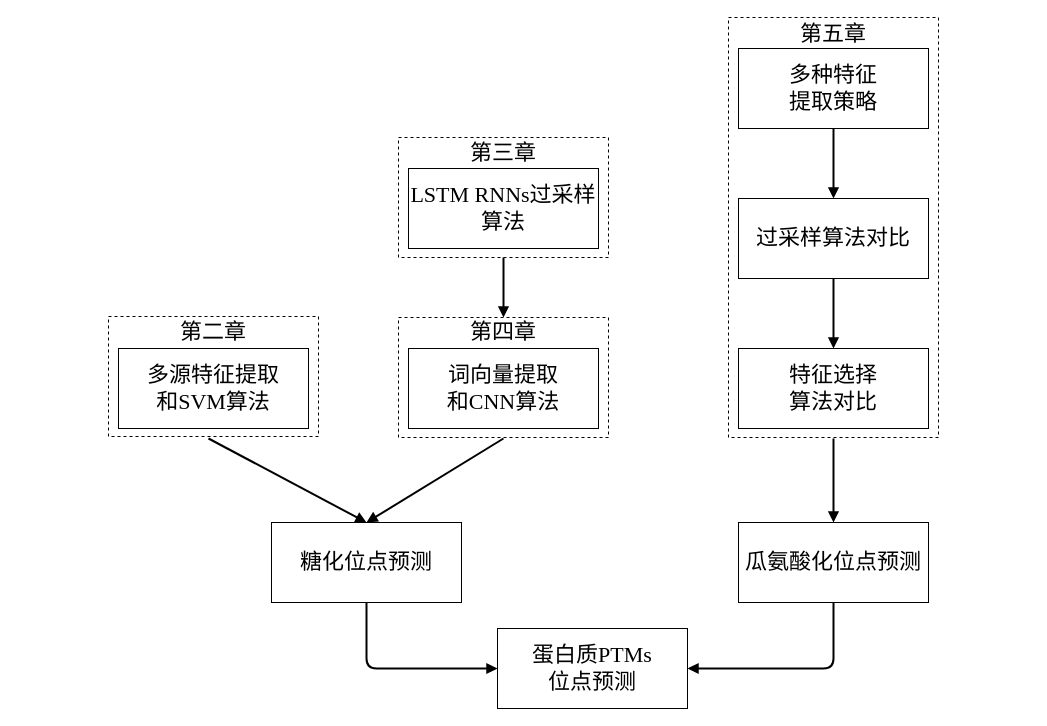
Earlier version of the draw.io diagram page "Page-4" (4 of 4) of Untitled Diagram.drawio (chenjgui/Flow-chat). Source tidied: cells renumbered, new cells numbered last; positions are measured from the earlier drawing's top-left corner, leaving out a move shared by most shapes. Both pictures are drawn from the tidied source at 100%, with x=0, y=0 at pixel (108, 17).
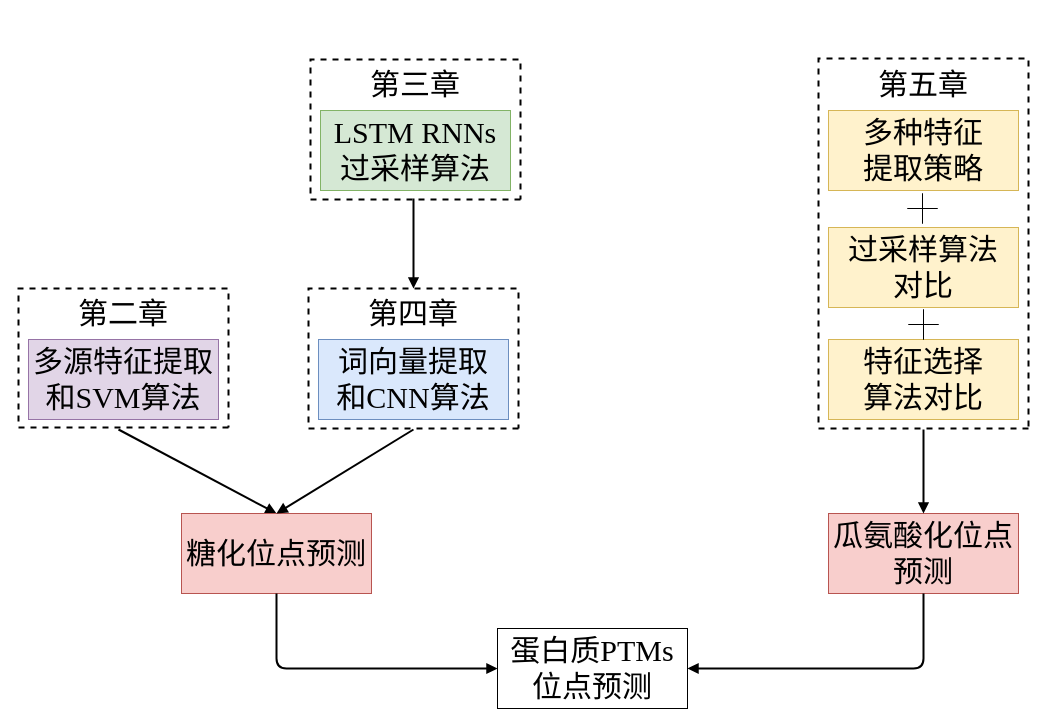
The same diagram, later.

Change to the diagram source:
```diff
@@
-    <mxCell id="2" value="&lt;font style=&quot;font-size: 22px; font-weight: normal;&quot; face=&quot;宋体&quot;&gt;多源特征提取&lt;br style=&quot;font-size: 22px;&quot;&gt;和&lt;/font&gt;&lt;font style=&quot;font-size: 22px; font-weight: normal;&quot; face=&quot;Times New Roman&quot;&gt;SVM&lt;/font&gt;&lt;font style=&quot;font-size: 22px; font-weight: normal;&quot; face=&quot;宋体&quot;&gt;算法&lt;/font&gt;" style="rounded=0;whiteSpace=wrap;html=1;fillColor=none;strokeColor=#000000;strokeWidth=1;fontStyle=1;fontFamily=黑体;fontSize=22;" parent="1" vertex="1">
-      <mxGeometry x="10" y="331" width="190" height="80" as="geometry" />
+    <mxCell id="2" value="&lt;font style=&quot;font-size: 30px ; font-weight: normal&quot;&gt;多源特征提取&lt;br style=&quot;font-size: 30px&quot;&gt;和&lt;/font&gt;&lt;font style=&quot;font-size: 30px ; font-weight: normal&quot; face=&quot;Times New Roman&quot;&gt;SVM&lt;/font&gt;&lt;font style=&quot;font-size: 30px ; font-weight: normal&quot;&gt;算法&lt;/font&gt;" style="rounded=0;whiteSpace=wrap;html=1;fillColor=#e1d5e7;strokeColor=#9673a6;strokeWidth=1;fontStyle=1;fontFamily=宋体;fontSize=30;" parent="1" vertex="1">
+      <mxGeometry x="-80" y="322" width="190" height="80" as="geometry" />
     </mxCell>
-    <mxCell id="3" value="&lt;span style=&quot;font-size: 22px; font-weight: 400;&quot;&gt;&lt;font face=&quot;Times New Roman&quot; style=&quot;font-size: 22px;&quot;&gt;LSTM RNNs&lt;/font&gt;&lt;font face=&quot;宋体&quot; style=&quot;font-size: 22px;&quot;&gt;过采样算法&lt;/font&gt;&lt;/span&gt;" style="rounded=0;whiteSpace=wrap;html=1;fillColor=none;strokeColor=#000000;strokeWidth=1;fontStyle=1;fontFamily=黑体;fontSize=22;" parent="1" vertex="1">
-      <mxGeometry x="300" y="151" width="190" height="80" as="geometry" />
+    <mxCell id="3" value="&lt;span style=&quot;font-size: 30px ; font-weight: 400&quot;&gt;&lt;font style=&quot;font-size: 30px&quot; face=&quot;Times New Roman&quot;&gt;LSTM RNNs&lt;/font&gt;&lt;font style=&quot;font-size: 30px&quot;&gt;过采样算法&lt;/font&gt;&lt;/span&gt;" style="rounded=0;whiteSpace=wrap;html=1;fillColor=#d5e8d4;strokeColor=#82b366;strokeWidth=1;fontStyle=1;fontFamily=宋体;fontSize=30;" parent="1" vertex="1">
+      <mxGeometry x="212" y="93" width="190" height="80" as="geometry" />
     </mxCell>
-    <mxCell id="4" value="&lt;span style=&quot;font-size: 22px; font-weight: 400;&quot;&gt;&lt;font face=&quot;宋体&quot; style=&quot;font-size: 22px;&quot;&gt;词向量提取&lt;br style=&quot;font-size: 22px;&quot;&gt;和&lt;/font&gt;&lt;font face=&quot;Times New Roman&quot; style=&quot;font-size: 22px;&quot;&gt;CNN&lt;/font&gt;&lt;font face=&quot;宋体&quot; style=&quot;font-size: 22px;&quot;&gt;算法&lt;/font&gt;&lt;/span&gt;" style="rounded=0;whiteSpace=wrap;html=1;fillColor=none;strokeColor=#000000;strokeWidth=1;fontStyle=1;fontFamily=黑体;fontSize=22;" parent="1" vertex="1">
-      <mxGeometry x="300" y="331" width="190" height="80" as="geometry" />
+    <mxCell id="4" value="&lt;span style=&quot;font-size: 30px ; font-weight: 400&quot;&gt;&lt;font style=&quot;font-size: 30px&quot;&gt;词向量提取&lt;br style=&quot;font-size: 30px&quot;&gt;和&lt;/font&gt;&lt;font style=&quot;font-size: 30px&quot; face=&quot;Times New Roman&quot;&gt;CNN&lt;/font&gt;&lt;font style=&quot;font-size: 30px&quot;&gt;算法&lt;/font&gt;&lt;/span&gt;" style="rounded=0;whiteSpace=wrap;html=1;fillColor=#dae8fc;strokeColor=#6c8ebf;strokeWidth=1;fontStyle=1;fontFamily=宋体;fontSize=30;" parent="1" vertex="1">
+      <mxGeometry x="210" y="322" width="190" height="80" as="geometry" />
     </mxCell>
-    <mxCell id="5" value="&lt;span style=&quot;font-size: 22px; font-weight: 400;&quot;&gt;&lt;font face=&quot;宋体&quot; style=&quot;font-size: 22px;&quot;&gt;多种特征&lt;br style=&quot;font-size: 22px;&quot;&gt;提取策略&lt;/font&gt;&lt;/span&gt;" style="rounded=0;whiteSpace=wrap;html=1;fillColor=none;strokeColor=#000000;strokeWidth=1;fontStyle=1;fontFamily=黑体;fontSize=22;" parent="1" vertex="1">
-      <mxGeometry x="630" y="31" width="190" height="80" as="geometry" />
+    <mxCell id="5" value="&lt;span style=&quot;font-size: 30px; font-weight: 400;&quot;&gt;&lt;font style=&quot;font-size: 30px;&quot;&gt;多种特征&lt;br style=&quot;font-size: 30px;&quot;&gt;提取策略&lt;/font&gt;&lt;/span&gt;" style="rounded=0;whiteSpace=wrap;html=1;fillColor=#fff2cc;strokeColor=#d6b656;strokeWidth=1;fontStyle=1;fontFamily=宋体;fontSize=30;" parent="1" vertex="1">
+      <mxGeometry x="720" y="93" width="190" height="80" as="geometry" />
     </mxCell>
-    <mxCell id="6" value="&lt;font face=&quot;宋体&quot; style=&quot;font-size: 22px&quot;&gt;&lt;span style=&quot;font-size: 22px ; font-weight: 400&quot;&gt;过采样算法对比&lt;/span&gt;&lt;/font&gt;" style="rounded=0;whiteSpace=wrap;html=1;fillColor=none;strokeColor=#000000;strokeWidth=1;fontStyle=1;fontFamily=黑体;fontSize=22;" parent="1" vertex="1">
-      <mxGeometry x="630" y="181" width="190" height="80" as="geometry" />
+    <mxCell id="6" value="&lt;font style=&quot;font-size: 30px&quot;&gt;&lt;span style=&quot;font-size: 30px ; font-weight: 400&quot;&gt;过采样算法&lt;br&gt;对比&lt;/span&gt;&lt;/font&gt;" style="rounded=0;whiteSpace=wrap;html=1;fillColor=#fff2cc;strokeColor=#d6b656;strokeWidth=1;fontStyle=1;fontFamily=宋体;fontSize=30;" parent="1" vertex="1">
+      <mxGeometry x="720" y="210" width="190" height="80" as="geometry" />
     </mxCell>
-    <mxCell id="7" value="&lt;font face=&quot;宋体&quot; style=&quot;font-size: 22px&quot;&gt;&lt;span style=&quot;font-size: 22px ; font-weight: 400&quot;&gt;特征选择&lt;br style=&quot;font-size: 22px&quot;&gt;算法对比&lt;/span&gt;&lt;/font&gt;" style="rounded=0;whiteSpace=wrap;html=1;fillColor=none;strokeColor=#000000;strokeWidth=1;fontStyle=1;fontFamily=黑体;fontSize=22;" parent="1" vertex="1">
-      <mxGeometry x="630" y="331" width="190" height="80" as="geometry" />
+    <mxCell id="7" value="&lt;font style=&quot;font-size: 30px;&quot;&gt;&lt;span style=&quot;font-size: 30px; font-weight: 400;&quot;&gt;特征选择&lt;br style=&quot;font-size: 30px;&quot;&gt;算法对比&lt;/span&gt;&lt;/font&gt;" style="rounded=0;whiteSpace=wrap;html=1;fillColor=#fff2cc;strokeColor=#d6b656;strokeWidth=1;fontStyle=1;fontFamily=宋体;fontSize=30;" parent="1" vertex="1">
+      <mxGeometry x="720" y="322" width="190" height="80" as="geometry" />
     </mxCell>
-    <mxCell id="8" style="endArrow=block;html=1;entryX=0.5;entryY=0;entryDx=0;entryDy=0;strokeWidth=2;endFill=1;fontSize=22;" parent="1" edge="1">
+    <mxCell id="8" style="endArrow=block;html=1;entryX=0.5;entryY=0;entryDx=0;entryDy=0;strokeWidth=2;endFill=1;fontSize=30;fontFamily=宋体;" parent="1" edge="1">
       <mxGeometry relative="1" as="geometry">
-        <mxPoint x="395" y="240" as="sourcePoint" />
-        <mxPoint x="395" y="300" as="targetPoint" />
+        <mxPoint x="305" y="181" as="sourcePoint" />
+        <mxPoint x="305" y="271" as="targetPoint" />
       </mxGeometry>
     </mxCell>
-    <mxCell id="9" style="endArrow=block;html=1;strokeWidth=2;endFill=1;entryX=0.5;entryY=0;entryDx=0;entryDy=0;fontSize=22;" parent="1" edge="1" target="10">
+    <mxCell id="9" style="endArrow=block;html=1;strokeWidth=2;endFill=1;entryX=0.5;entryY=0;entryDx=0;entryDy=0;fontSize=22;fontFamily=宋体;" parent="1" edge="1" target="10">
       <mxGeometry relative="1" as="geometry">
-        <mxPoint x="100" y="421" as="sourcePoint" />
+        <mxPoint x="10" y="412" as="sourcePoint" />
       </mxGeometry>
     </mxCell>
-    <mxCell id="10" value="&lt;font face=&quot;宋体&quot; style=&quot;font-size: 22px;&quot;&gt;&lt;span style=&quot;font-size: 22px; font-weight: 400;&quot;&gt;糖化位点预测&lt;/span&gt;&lt;/font&gt;" style="rounded=0;whiteSpace=wrap;html=1;fillColor=none;strokeColor=#000000;strokeWidth=1;fontStyle=1;fontFamily=黑体;fontSize=22;" parent="1" vertex="1">
-      <mxGeometry x="163" y="505" width="190" height="80" as="geometry" />
+    <mxCell id="10" value="&lt;font size=&quot;1&quot;&gt;&lt;span style=&quot;font-weight: 400 ; font-size: 30px&quot;&gt;糖化位点预测&lt;/span&gt;&lt;/font&gt;" style="rounded=0;whiteSpace=wrap;html=1;fillColor=#f8cecc;strokeColor=#b85450;strokeWidth=1;fontStyle=1;fontFamily=宋体;fontSize=22;" parent="1" vertex="1">
+      <mxGeometry x="73" y="496" width="190" height="80" as="geometry" />
     </mxCell>
-    <mxCell id="11" style="endArrow=block;html=1;entryX=0.5;entryY=0;entryDx=0;entryDy=0;strokeWidth=2;endFill=1;fontSize=22;" parent="1" edge="1" target="10">
+    <mxCell id="11" style="endArrow=block;html=1;entryX=0.5;entryY=0;entryDx=0;entryDy=0;strokeWidth=2;endFill=1;fontSize=22;fontFamily=宋体;" parent="1" edge="1" target="10">
       <mxGeometry relative="1" as="geometry">
-        <mxPoint x="395" y="421" as="sourcePoint" />
+        <mxPoint x="305" y="412" as="sourcePoint" />
       </mxGeometry>
     </mxCell>
-    <mxCell id="12" style="endArrow=block;html=1;exitX=0.5;exitY=1;exitDx=0;exitDy=0;entryX=0.5;entryY=0;entryDx=0;entryDy=0;strokeWidth=2;endFill=1;fontSize=22;" parent="1" edge="1" source="6" target="7">
-      <mxGeometry relative="1" as="geometry" />
-    </mxCell>
-    <mxCell id="13" style="endArrow=block;html=1;exitX=0.5;exitY=1;exitDx=0;exitDy=0;entryX=0.5;entryY=0;entryDx=0;entryDy=0;strokeWidth=2;endFill=1;fontSize=22;" parent="1" edge="1" source="5" target="6">
-      <mxGeometry relative="1" as="geometry" />
-    </mxCell>
-    <mxCell id="14" value="&lt;font face=&quot;宋体&quot; style=&quot;font-size: 22px&quot;&gt;&lt;span style=&quot;font-size: 22px ; font-weight: 400&quot;&gt;瓜氨酸化位点预测&lt;/span&gt;&lt;/font&gt;" style="rounded=0;whiteSpace=wrap;html=1;fillColor=none;strokeColor=#000000;strokeWidth=1;fontStyle=1;fontFamily=黑体;fontSize=22;" parent="1" vertex="1">
-      <mxGeometry x="630" y="505" width="190" height="80" as="geometry" />
+    <mxCell id="14" value="&lt;font size=&quot;1&quot;&gt;&lt;span style=&quot;font-weight: 400 ; font-size: 30px&quot;&gt;瓜氨酸化位点预测&lt;/span&gt;&lt;/font&gt;" style="rounded=0;whiteSpace=wrap;html=1;fillColor=#f8cecc;strokeColor=#b85450;strokeWidth=1;fontStyle=1;fontFamily=宋体;fontSize=22;" parent="1" vertex="1">
+      <mxGeometry x="720" y="496" width="190" height="80" as="geometry" />
     </mxCell>
-    <mxCell id="15" style="endArrow=block;html=1;entryX=0.5;entryY=0;entryDx=0;entryDy=0;strokeWidth=2;endFill=1;fontSize=22;" parent="1" edge="1" target="14">
+    <mxCell id="15" style="endArrow=block;html=1;entryX=0.5;entryY=0;entryDx=0;entryDy=0;strokeWidth=2;endFill=1;fontSize=22;fontFamily=宋体;" parent="1" edge="1" target="14">
       <mxGeometry relative="1" as="geometry">
-        <mxPoint x="725" y="421" as="sourcePoint" />
+        <mxPoint x="815" y="412" as="sourcePoint" />
       </mxGeometry>
     </mxCell>
-    <mxCell id="16" value="&lt;span style=&quot;font-size: 22px; font-weight: 400;&quot;&gt;&lt;font face=&quot;宋体&quot; style=&quot;font-size: 22px;&quot;&gt;蛋白质&lt;/font&gt;&lt;font face=&quot;Times New Roman&quot; style=&quot;font-size: 22px;&quot;&gt;PTMs&lt;/font&gt;&lt;br style=&quot;font-size: 22px;&quot;&gt;&lt;font face=&quot;宋体&quot; style=&quot;font-size: 22px;&quot;&gt;位点预测&lt;/font&gt;&lt;/span&gt;" style="rounded=0;whiteSpace=wrap;html=1;fillColor=none;strokeColor=#000000;strokeWidth=1;fontStyle=1;fontFamily=黑体;fontSize=22;" parent="1" vertex="1">
+    <mxCell id="16" value="&lt;span style=&quot;font-size: 30px ; font-weight: 400&quot;&gt;&lt;font style=&quot;font-size: 30px&quot;&gt;蛋白质&lt;/font&gt;&lt;font style=&quot;font-size: 30px&quot; face=&quot;Times New Roman&quot;&gt;PTMs&lt;/font&gt;&lt;br&gt;&lt;font style=&quot;font-size: 30px&quot;&gt;位点预测&lt;/font&gt;&lt;/span&gt;" style="rounded=0;whiteSpace=wrap;html=1;fillColor=none;strokeColor=#000000;strokeWidth=1;fontStyle=1;fontFamily=宋体;fontSize=22;" parent="1" vertex="1">
       <mxGeometry x="389" y="611" width="190" height="80" as="geometry" />
     </mxCell>
-    <mxCell id="17" style="endArrow=block;html=1;exitX=0.5;exitY=1;exitDx=0;exitDy=0;entryX=0;entryY=0.5;entryDx=0;entryDy=0;strokeWidth=2;endFill=1;fontSize=22;" parent="1" edge="1" source="10" target="16">
+    <mxCell id="17" style="endArrow=block;html=1;exitX=0.5;exitY=1;exitDx=0;exitDy=0;entryX=0;entryY=0.5;entryDx=0;entryDy=0;strokeWidth=2;endFill=1;fontSize=22;fontFamily=宋体;" parent="1" edge="1" source="10" target="16">
       <mxGeometry relative="1" as="geometry">
         <Array as="points">
-          <mxPoint x="258" y="651" />
+          <mxPoint x="168" y="651" />
         </Array>
       </mxGeometry>
     </mxCell>
-    <mxCell id="18" style="endArrow=block;html=1;exitX=0.5;exitY=1;exitDx=0;exitDy=0;entryX=1;entryY=0.5;entryDx=0;entryDy=0;strokeWidth=2;endFill=1;fontSize=22;" parent="1" edge="1" source="14" target="16">
+    <mxCell id="18" style="endArrow=block;html=1;exitX=0.5;exitY=1;exitDx=0;exitDy=0;entryX=1;entryY=0.5;entryDx=0;entryDy=0;strokeWidth=2;endFill=1;fontSize=22;fontFamily=宋体;" parent="1" edge="1" source="14" target="16">
       <mxGeometry relative="1" as="geometry">
         <Array as="points">
+          <mxPoint x="815" y="651" />
           <mxPoint x="725" y="651" />
         </Array>
       </mxGeometry>
     </mxCell>
-    <mxCell id="19" style="endArrow=none;html=1;rounded=0;dashed=1;" parent="1" edge="1">
+    <mxCell id="19" style="endArrow=none;html=1;rounded=0;dashed=1;strokeWidth=2;fontSize=30;fontFamily=宋体;" parent="1" edge="1">
       <mxGeometry relative="1" as="geometry">
-        <mxPoint x="210" y="419" as="sourcePoint" />
-        <mxPoint x="210" y="419" as="targetPoint" />
+        <mxPoint x="120" y="410" as="sourcePoint" />
+        <mxPoint x="120" y="410" as="targetPoint" />
         <Array as="points">
-          <mxPoint y="419" />
-          <mxPoint y="299" />
-          <mxPoint x="210" y="299" />
+          <mxPoint x="-90" y="410" />
+          <mxPoint x="-90" y="271" />
+          <mxPoint x="120" y="271" />
         </Array>
       </mxGeometry>
     </mxCell>
-    <mxCell id="20" value="&lt;font face=&quot;宋体&quot; style=&quot;font-size: 22px&quot;&gt;第二章&lt;/font&gt;" style="text;html=1;strokeColor=none;fillColor=none;align=center;verticalAlign=middle;whiteSpace=wrap;rounded=0;" parent="1" vertex="1">
-      <mxGeometry x="70" y="300" width="70" height="30" as="geometry" />
+    <mxCell id="20" value="&lt;font style=&quot;font-size: 30px;&quot;&gt;第二章&lt;/font&gt;" style="text;html=1;strokeColor=none;fillColor=none;align=center;verticalAlign=middle;whiteSpace=wrap;rounded=0;fontSize=30;fontFamily=宋体;" parent="1" vertex="1">
+      <mxGeometry x="-40" y="281" width="110" height="30" as="geometry" />
     </mxCell>
-    <mxCell id="21" style="endArrow=none;html=1;rounded=0;dashed=1;" parent="1" edge="1">
+    <mxCell id="21" style="endArrow=none;html=1;rounded=0;dashed=1;strokeWidth=2;fontSize=30;fontFamily=宋体;" parent="1" edge="1">
       <mxGeometry relative="1" as="geometry">
-        <mxPoint x="500" y="240" as="sourcePoint" />
-        <mxPoint x="500" y="240" as="targetPoint" />
+        <mxPoint x="412" y="182" as="sourcePoint" />
+        <mxPoint x="412" y="182" as="targetPoint" />
         <Array as="points">
-          <mxPoint x="290" y="240" />
-          <mxPoint x="290" y="120" />
-          <mxPoint x="500" y="120" />
+          <mxPoint x="202" y="182" />
+          <mxPoint x="202" y="42" />
+          <mxPoint x="412" y="42" />
         </Array>
       </mxGeometry>
     </mxCell>
-    <mxCell id="22" value="&lt;font face=&quot;宋体&quot; style=&quot;font-size: 22px&quot;&gt;第三章&lt;/font&gt;" style="text;html=1;strokeColor=none;fillColor=none;align=center;verticalAlign=middle;whiteSpace=wrap;rounded=0;" parent="1" vertex="1">
-      <mxGeometry x="360" y="121" width="70" height="30" as="geometry" />
+    <mxCell id="22" value="&lt;font style=&quot;font-size: 30px;&quot;&gt;第三章&lt;/font&gt;" style="text;html=1;strokeColor=none;fillColor=none;align=center;verticalAlign=middle;whiteSpace=wrap;rounded=0;fontSize=30;fontFamily=宋体;" parent="1" vertex="1">
+      <mxGeometry x="252" y="52" width="110" height="30" as="geometry" />
     </mxCell>
-    <mxCell id="23" style="endArrow=none;html=1;rounded=0;dashed=1;" parent="1" edge="1">
+    <mxCell id="23" style="endArrow=none;html=1;rounded=0;dashed=1;strokeWidth=2;fontSize=30;fontFamily=宋体;" parent="1" edge="1">
       <mxGeometry relative="1" as="geometry">
-        <mxPoint x="500" y="420" as="sourcePoint" />
-        <mxPoint x="500" y="420" as="targetPoint" />
+        <mxPoint x="410" y="411" as="sourcePoint" />
+        <mxPoint x="410" y="411" as="targetPoint" />
         <Array as="points">
-          <mxPoint x="290" y="420" />
-          <mxPoint x="290" y="300" />
-          <mxPoint x="500" y="300" />
+          <mxPoint x="200" y="411" />
+          <mxPoint x="200" y="271" />
+          <mxPoint x="410" y="271" />
         </Array>
       </mxGeometry>
     </mxCell>
-    <mxCell id="24" value="&lt;font face=&quot;宋体&quot; style=&quot;font-size: 22px&quot;&gt;第四章&lt;/font&gt;" style="text;html=1;strokeColor=none;fillColor=none;align=center;verticalAlign=middle;whiteSpace=wrap;rounded=0;" parent="1" vertex="1">
-      <mxGeometry x="360" y="300" width="70" height="30" as="geometry" />
+    <mxCell id="24" value="&lt;font style=&quot;font-size: 30px;&quot;&gt;第四章&lt;/font&gt;" style="text;html=1;strokeColor=none;fillColor=none;align=center;verticalAlign=middle;whiteSpace=wrap;rounded=0;fontSize=30;fontFamily=宋体;" parent="1" vertex="1">
+      <mxGeometry x="250" y="281" width="110" height="30" as="geometry" />
     </mxCell>
-    <mxCell id="25" style="endArrow=none;html=1;rounded=0;dashed=1;" parent="1" edge="1">
+    <mxCell id="25" style="endArrow=none;html=1;rounded=0;dashed=1;strokeWidth=2;fontFamily=宋体;" parent="1" edge="1">
       <mxGeometry relative="1" as="geometry">
-        <mxPoint x="830" y="420" as="sourcePoint" />
-        <mxPoint x="830" y="420" as="targetPoint" />
+        <mxPoint x="920" y="411" as="sourcePoint" />
+        <mxPoint x="920" y="411" as="targetPoint" />
         <Array as="points">
-          <mxPoint x="620" y="420" />
-          <mxPoint x="620" />
-          <mxPoint x="830" />
+          <mxPoint x="710" y="411" />
+          <mxPoint x="710" y="41" />
+          <mxPoint x="920" y="41" />
         </Array>
       </mxGeometry>
     </mxCell>
-    <mxCell id="26" value="&lt;font face=&quot;宋体&quot; style=&quot;font-size: 22px&quot;&gt;第五章&lt;/font&gt;" style="text;html=1;strokeColor=none;fillColor=none;align=center;verticalAlign=middle;whiteSpace=wrap;rounded=0;" parent="1" vertex="1">
-      <mxGeometry x="690" y="2" width="70" height="30" as="geometry" />
+    <mxCell id="26" value="&lt;font style=&quot;font-size: 30px&quot;&gt;第五章&lt;/font&gt;" style="text;html=1;strokeColor=none;fillColor=none;align=center;verticalAlign=middle;whiteSpace=wrap;rounded=0;fontSize=30;fontFamily=宋体;" parent="1" vertex="1">
+      <mxGeometry x="760" y="52" width="110" height="30" as="geometry" />
     </mxCell>
+    <mxCell id="27" style="shape=cross;whiteSpace=wrap;html=1;fontFamily=宋体;fontSize=30;size=0;" parent="1" vertex="1">
+      <mxGeometry x="799" y="176" width="30" height="30" as="geometry" />
+    </mxCell>
+    <mxCell id="28" style="shape=cross;whiteSpace=wrap;html=1;fontFamily=宋体;fontSize=30;size=0;" parent="1" vertex="1">
+      <mxGeometry x="800" y="292" width="30" height="30" as="geometry" />
+    </mxCell>
```
